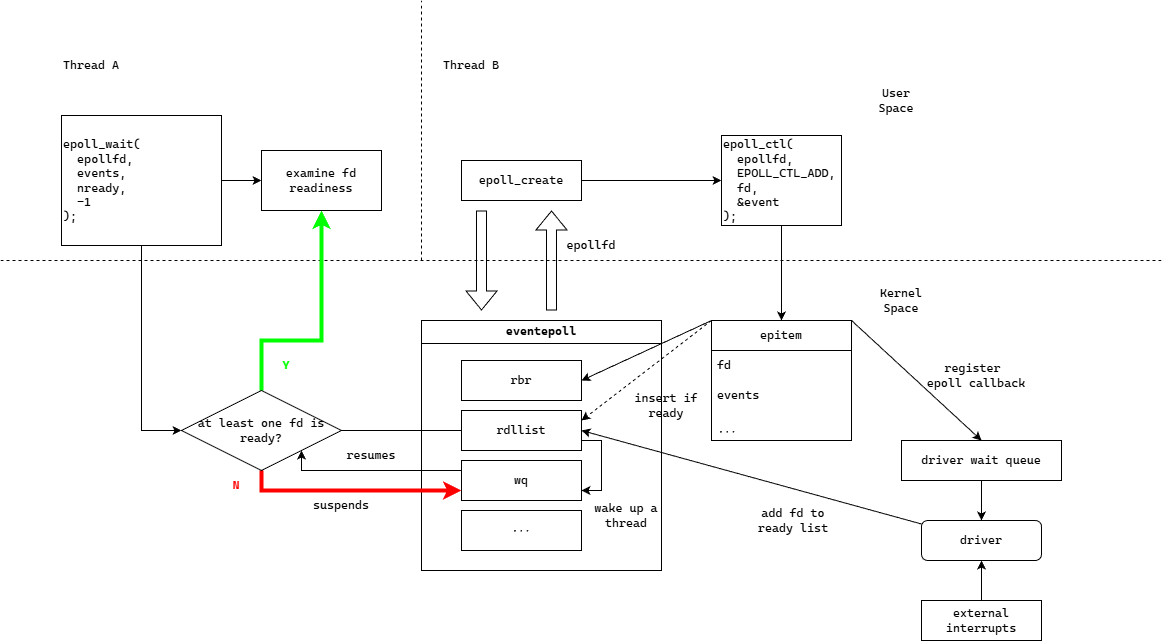
Earlier version of the draw.io export Computer/Linux-development/network/io-multiplexing/epoll.drawio.png (UserNameUnavailableIsUnavailable/blog). Source tidied: cells renumbered, new cells last; positions are measured from the earlier drawing's top-left corner, leaving out a move shared by most shapes.
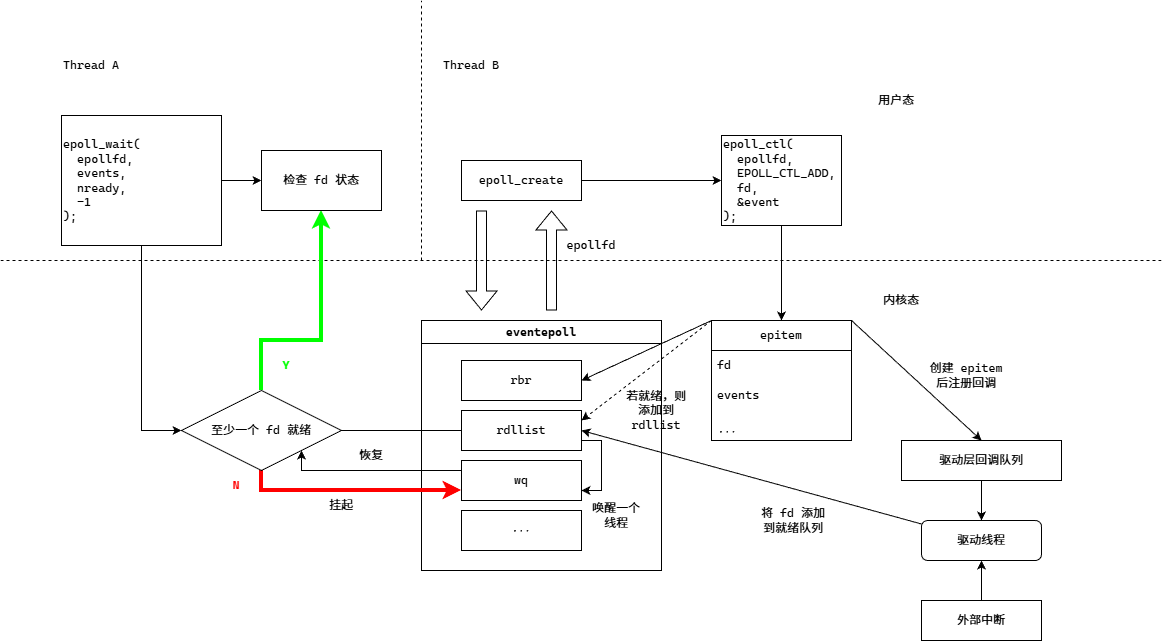
Above is the later version.

Diff of the diagram source:
```diff
@@ -14,10 +14,10 @@
         <mxPoint x="1161" y="260" as="targetPoint" />
       </mxGeometry>
     </mxCell>
-    <mxCell id="5" value="User Space" style="text;html=1;whiteSpace=wrap;strokeColor=none;fillColor=none;align=center;verticalAlign=middle;rounded=0;fontFamily=Cascadia Code;" parent="1" vertex="1">
+    <mxCell id="5" value="用户态" style="text;html=1;whiteSpace=wrap;strokeColor=none;fillColor=none;align=center;verticalAlign=middle;rounded=0;fontFamily=Cascadia Code;" parent="1" vertex="1">
       <mxGeometry x="861" y="80" width="70" height="40" as="geometry" />
     </mxCell>
-    <mxCell id="6" value="Kernel Space" style="text;html=1;whiteSpace=wrap;strokeColor=none;fillColor=none;align=center;verticalAlign=middle;rounded=0;fontFamily=Cascadia Code;" parent="1" vertex="1">
+    <mxCell id="6" value="内核态" style="text;html=1;whiteSpace=wrap;strokeColor=none;fillColor=none;align=center;verticalAlign=middle;rounded=0;fontFamily=Cascadia Code;" parent="1" vertex="1">
       <mxGeometry x="861" y="280" width="80" height="40" as="geometry" />
     </mxCell>
     <mxCell id="7" value="eventepoll" style="swimlane;whiteSpace=wrap;html=1;fontFamily=Cascadia Code;" parent="1" vertex="1">
@@ -38,8 +38,8 @@
     <mxCell id="12" value="$$\cdots$$" style="rounded=0;whiteSpace=wrap;html=1;fontFamily=Cascadia Code;" parent="7" vertex="1">
       <mxGeometry x="40" y="190" width="120" height="40" as="geometry" />
     </mxCell>
-    <mxCell id="13" value="wake up a thread" style="text;html=1;whiteSpace=wrap;strokeColor=none;fillColor=none;align=center;verticalAlign=middle;rounded=0;fontFamily=Cascadia Code;" parent="7" vertex="1">
-      <mxGeometry x="170" y="170" width="70" height="50" as="geometry" />
+    <mxCell id="13" value="唤醒一个线程" style="text;html=1;whiteSpace=wrap;strokeColor=none;fillColor=none;align=center;verticalAlign=middle;rounded=0;fontFamily=Cascadia Code;" parent="7" vertex="1">
+      <mxGeometry x="170" y="170" width="50" height="50" as="geometry" />
     </mxCell>
     <mxCell id="14" style="shape=flexArrow;endArrow=classic;html=1;rounded=0;fontFamily=Cascadia Code;" parent="1" edge="1">
       <mxGeometry relative="1" as="geometry">
@@ -95,8 +95,8 @@
     <mxCell id="28" value="epollfd" style="text;html=1;whiteSpace=wrap;strokeColor=none;fillColor=none;align=center;verticalAlign=middle;rounded=0;fontFamily=Cascadia Code;" parent="1" vertex="1">
       <mxGeometry x="561" y="230" width="60" height="30" as="geometry" />
     </mxCell>
-    <mxCell id="29" value="insert if ready" style="text;html=1;whiteSpace=wrap;strokeColor=none;fillColor=none;align=center;verticalAlign=middle;rounded=0;fontFamily=Cascadia Code;" parent="1" vertex="1">
-      <mxGeometry x="621" y="390" width="90" height="30" as="geometry" />
+    <mxCell id="29" value="若就绪，则添加到 rdllist" style="text;html=1;whiteSpace=wrap;strokeColor=none;fillColor=none;align=center;verticalAlign=middle;rounded=0;fontFamily=Cascadia Code;" parent="1" vertex="1">
+      <mxGeometry x="621" y="390" width="70" height="40" as="geometry" />
     </mxCell>
     <mxCell id="30" value="Thread A" style="text;html=1;whiteSpace=wrap;strokeColor=none;fillColor=none;align=center;verticalAlign=middle;rounded=0;fontFamily=Cascadia Code;" parent="1" vertex="1">
       <mxGeometry x="61" y="50" width="60" height="30" as="geometry" />
@@ -107,28 +107,28 @@
     <mxCell id="32" style="edgeStyle=orthogonalEdgeStyle;rounded=0;jettySize=auto;html=1;entryX=0.5;entryY=0;entryDx=0;entryDy=0;fontFamily=Cascadia Code;" parent="1" edge="1" source="33" target="37">
       <mxGeometry relative="1" as="geometry" />
     </mxCell>
-    <mxCell id="33" value="driver wait queue" style="rounded=0;whiteSpace=wrap;html=1;fontFamily=Cascadia Code;" parent="1" vertex="1">
+    <mxCell id="33" value="驱动层回调队列" style="rounded=0;whiteSpace=wrap;html=1;fontFamily=Cascadia Code;" parent="1" vertex="1">
       <mxGeometry x="901" y="440" width="160" height="40" as="geometry" />
     </mxCell>
     <mxCell id="34" style="endArrow=classic;html=1;rounded=0;exitX=1;exitY=0;exitDx=0;exitDy=0;entryX=0.5;entryY=0;entryDx=0;entryDy=0;fontFamily=Cascadia Code;" parent="1" edge="1" source="17" target="33">
       <mxGeometry relative="1" as="geometry" />
     </mxCell>
-    <mxCell id="35" value="register&amp;nbsp;&lt;div&gt;epoll&amp;nbsp;&lt;span style=&quot;background-color: transparent; color: light-dark(rgb(0, 0, 0), rgb(255, 255, 255));&quot;&gt;callback&lt;/span&gt;&lt;/div&gt;" style="text;html=1;whiteSpace=wrap;strokeColor=none;fillColor=none;align=center;verticalAlign=middle;rounded=0;fontFamily=Cascadia Code;" parent="1" vertex="1">
-      <mxGeometry x="921" y="360" width="110" height="30" as="geometry" />
+    <mxCell id="35" value="创建 epitem 后注册回调" style="text;html=1;whiteSpace=wrap;strokeColor=none;fillColor=none;align=center;verticalAlign=middle;rounded=0;fontFamily=Cascadia Code;" parent="1" vertex="1">
+      <mxGeometry x="921" y="360" width="90" height="30" as="geometry" />
     </mxCell>
     <mxCell id="36" style="rounded=0;jettySize=auto;html=1;entryX=1;entryY=0.5;entryDx=0;entryDy=0;fontFamily=Cascadia Code;" parent="1" edge="1" source="37" target="10">
       <mxGeometry relative="1" as="geometry" />
     </mxCell>
-    <mxCell id="37" value="driver" style="rounded=1;whiteSpace=wrap;html=1;fontFamily=Cascadia Code;" parent="1" vertex="1">
+    <mxCell id="37" value="驱动线程" style="rounded=1;whiteSpace=wrap;html=1;fontFamily=Cascadia Code;" parent="1" vertex="1">
       <mxGeometry x="921" y="520" width="120" height="40" as="geometry" />
     </mxCell>
     <mxCell id="38" style="edgeStyle=orthogonalEdgeStyle;rounded=0;jettySize=auto;html=1;exitX=0.5;exitY=0;exitDx=0;exitDy=0;entryX=0.5;entryY=1;entryDx=0;entryDy=0;fontFamily=Cascadia Code;" parent="1" edge="1" source="39" target="37">
       <mxGeometry relative="1" as="geometry" />
     </mxCell>
-    <mxCell id="39" value="external interrupts" style="rounded=0;whiteSpace=wrap;html=1;fontFamily=Cascadia Code;" parent="1" vertex="1">
+    <mxCell id="39" value="外部中断" style="rounded=0;whiteSpace=wrap;html=1;fontFamily=Cascadia Code;" parent="1" vertex="1">
       <mxGeometry x="921" y="600" width="120" height="40" as="geometry" />
     </mxCell>
-    <mxCell id="40" value="add fd to ready list" style="text;html=1;whiteSpace=wrap;strokeColor=none;fillColor=none;align=center;verticalAlign=middle;rounded=0;fontFamily=Cascadia Code;" parent="1" vertex="1">
+    <mxCell id="40" value="将 fd 添加到就绪队列" style="text;html=1;whiteSpace=wrap;strokeColor=none;fillColor=none;align=center;verticalAlign=middle;rounded=0;fontFamily=Cascadia Code;" parent="1" vertex="1">
       <mxGeometry x="755" y="500" width="76" height="40" as="geometry" />
     </mxCell>
     <mxCell id="41" style="edgeStyle=orthogonalEdgeStyle;rounded=0;jettySize=auto;html=1;entryX=0.5;entryY=1;entryDx=0;entryDy=0;strokeColor=#00FF00;strokeWidth=4;fontFamily=Cascadia Code;" parent="1" edge="1" source="43" target="45">
@@ -146,7 +146,7 @@
         </Array>
       </mxGeometry>
     </mxCell>
-    <mxCell id="43" value="at least one fd is ready?" style="rhombus;whiteSpace=wrap;html=1;fontFamily=Cascadia Code;" parent="1" vertex="1">
+    <mxCell id="43" value="至少一个 fd 就绪" style="rhombus;whiteSpace=wrap;html=1;fontFamily=Cascadia Code;" parent="1" vertex="1">
       <mxGeometry x="181" y="390" width="160" height="80" as="geometry" />
     </mxCell>
     <mxCell id="44" style="endArrow=none;html=1;rounded=0;entryX=0;entryY=0.5;entryDx=0;entryDy=0;fontFamily=Cascadia Code;" parent="1" edge="1" target="10">
@@ -154,13 +154,13 @@
         <mxPoint x="341" y="430" as="sourcePoint" />
       </mxGeometry>
     </mxCell>
-    <mxCell id="45" value="examine fd readiness" style="rounded=0;whiteSpace=wrap;html=1;fontFamily=Cascadia Code;" parent="1" vertex="1">
+    <mxCell id="45" value="检查 fd 状态" style="rounded=0;whiteSpace=wrap;html=1;fontFamily=Cascadia Code;" parent="1" vertex="1">
       <mxGeometry x="261" y="150" width="120" height="60" as="geometry" />
     </mxCell>
     <mxCell id="46" value="Y" style="text;html=1;whiteSpace=wrap;strokeColor=none;fillColor=none;align=center;verticalAlign=middle;rounded=0;fontColor=#00FF00;fontStyle=1;fontFamily=Cascadia Code;" parent="1" vertex="1">
       <mxGeometry x="271" y="350" width="30" height="30" as="geometry" />
     </mxCell>
-    <mxCell id="47" value="suspends" style="text;html=1;whiteSpace=wrap;strokeColor=none;fillColor=none;align=center;verticalAlign=middle;rounded=0;fontFamily=Cascadia Code;" parent="1" vertex="1">
+    <mxCell id="47" value="挂起" style="text;html=1;whiteSpace=wrap;strokeColor=none;fillColor=none;align=center;verticalAlign=middle;rounded=0;fontFamily=Cascadia Code;" parent="1" vertex="1">
       <mxGeometry x="311" y="490" width="60" height="30" as="geometry" />
     </mxCell>
     <mxCell id="48" value="N" style="text;html=1;whiteSpace=wrap;strokeColor=none;fillColor=none;align=center;verticalAlign=middle;rounded=0;fontColor=#FF0000;fontStyle=1;fontFamily=Cascadia Code;" parent="1" vertex="1">
@@ -173,7 +173,7 @@
         </Array>
       </mxGeometry>
     </mxCell>
-    <mxCell id="50" value="resumes" style="text;html=1;whiteSpace=wrap;strokeColor=none;fillColor=none;align=center;verticalAlign=middle;rounded=0;fontFamily=Cascadia Code;" parent="1" vertex="1">
+    <mxCell id="50" value="恢复" style="text;html=1;whiteSpace=wrap;strokeColor=none;fillColor=none;align=center;verticalAlign=middle;rounded=0;fontFamily=Cascadia Code;" parent="1" vertex="1">
       <mxGeometry x="341" y="440" width="60" height="30" as="geometry" />
     </mxCell>
     <mxCell id="51" style="edgeStyle=orthogonalEdgeStyle;rounded=0;orthogonalLoop=1;jettySize=auto;html=1;exitX=0.5;exitY=1;exitDx=0;exitDy=0;fontFamily=Cascadia Code;" parent="1" edge="1" source="29" target="29">
```
